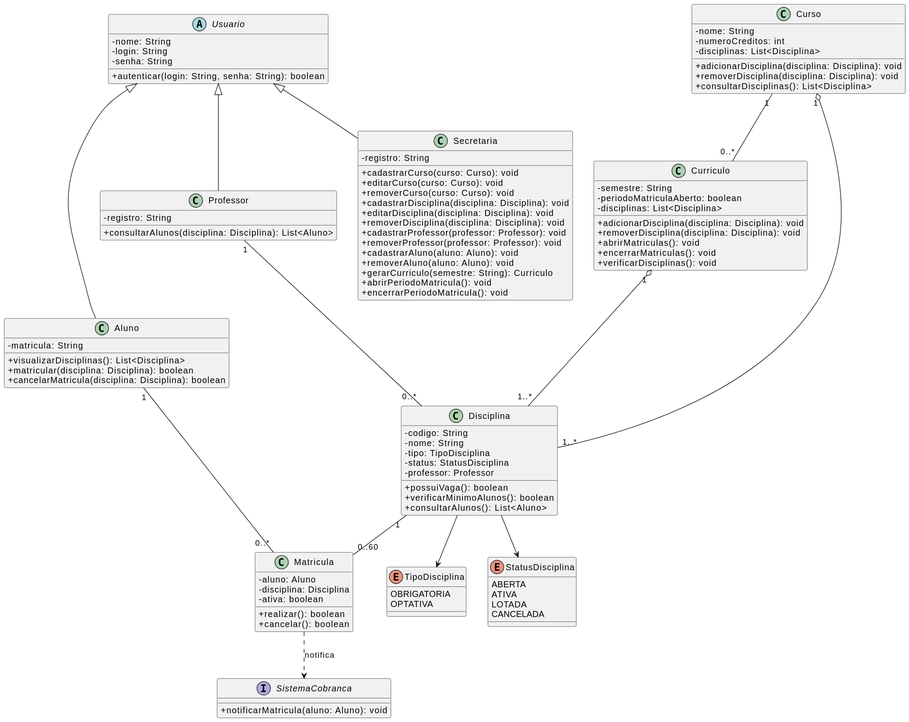
Earlier version of the PlantUML export diagrams/class_diagram.svg (felipec-lisboa/sistema-de-matricula). The source it was exported from:
```plantuml
@startuml
skinparam classAttributeIconSize 0


abstract class Usuario {
    - nome: String
    - login: String
    - senha: String
    + autenticar(login: String, senha: String): boolean
}

class Aluno {
    - matricula: String
    + visualizarDisciplinas(): List<Disciplina>
    + matricular(disciplina: Disciplina): boolean
    + cancelarMatricula(disciplina: Disciplina): boolean
}

class Professor {
    - registro: String
    + consultarAlunos(disciplina: Disciplina): List<Aluno>
}

class Secretaria {
    - registro: String
    + cadastrarCurso(curso: Curso): void
    + editarCurso(curso: Curso): void
    + removerCurso(curso: Curso): void
    + cadastrarDisciplina(disciplina: Disciplina): void
    + editarDisciplina(disciplina: Disciplina): void
    + removerDisciplina(disciplina: Disciplina): void
    + cadastrarProfessor(professor: Professor): void
    + removerProfessor(professor: Professor): void
    + cadastrarAluno(aluno: Aluno): void
    + removerAluno(aluno: Aluno): void
    + gerarCurriculo(semestre: String): Curriculo
    + abrirPeriodoMatricula(): void
    + encerrarPeriodoMatricula(): void
}

Usuario <|-- Aluno
Usuario <|-- Professor
Usuario <|-- Secretaria



class Curso {
    - nome: String
    - numeroCreditos: int
    - disciplinas: List<Disciplina>
    + adicionarDisciplina(disciplina: Disciplina): void
    + removerDisciplina(disciplina: Disciplina): void
    + consultarDisciplinas(): List<Disciplina>
}

class Curriculo {
    - semestre: String
    - periodoMatriculaAberto: boolean
    - disciplinas: List<Disciplina>
    + adicionarDisciplina(disciplina: Disciplina): void
    + removerDisciplina(disciplina: Disciplina): void
    + abrirMatriculas(): void
    + encerrarMatriculas(): void
    + verificarDisciplinas(): void
}

Curso "1" -- "0..*" Curriculo
Curriculo "1" o-- "1..*" Disciplina



class Disciplina {
    - codigo: String
    - nome: String
    - tipo: TipoDisciplina
    - status: StatusDisciplina
    - professor: Professor
    + possuiVaga(): boolean
    + verificarMinimoAlunos(): boolean
    + consultarAlunos(): List<Aluno>
}

enum TipoDisciplina {
    OBRIGATORIA
    OPTATIVA
}

enum StatusDisciplina {
    ABERTA
    ATIVA
    LOTADA
    CANCELADA
}

Curso "1" o-- "1..*" Disciplina
Professor "1" -- "0..*" Disciplina

Disciplina --> TipoDisciplina
Disciplina --> StatusDisciplina



class Matricula {
    - aluno: Aluno
    - disciplina: Disciplina
    - ativa: boolean
    + realizar(): boolean
    + cancelar(): boolean
}

Aluno "1" -- "0..*" Matricula
Disciplina "1" -- "0..60" Matricula



interface SistemaCobranca {
    + notificarMatricula(aluno: Aluno): void
}

Matricula ..> SistemaCobranca : notifica
@enduml
```
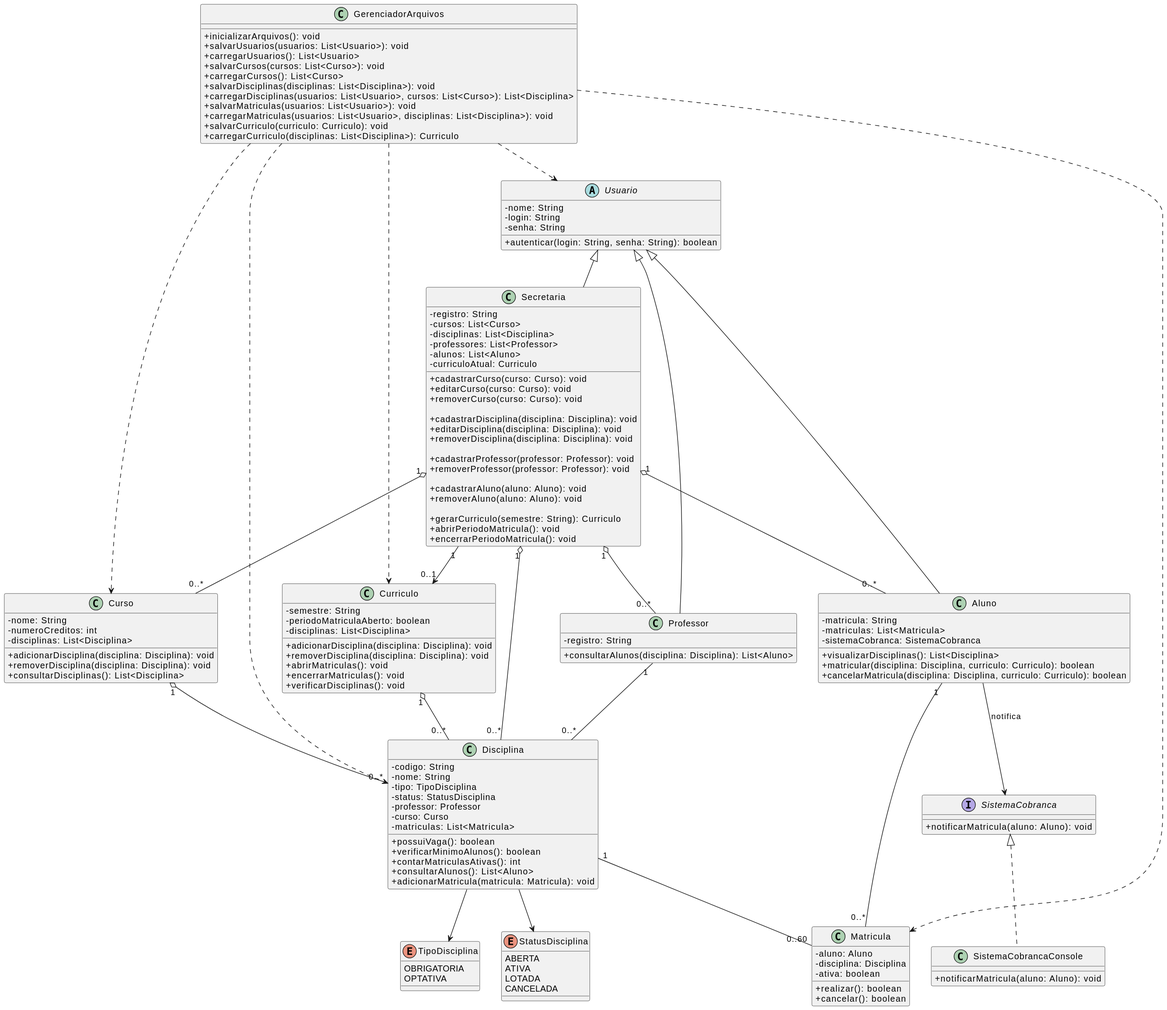
Above is the later version.

Commit message:
fix readme and class_diagram

Diff of the diagram source:
```diff
@@ -11,9 +11,11 @@
 
 class Aluno {
     - matricula: String
+    - matriculas: List<Matricula>
+    - sistemaCobranca: SistemaCobranca
     + visualizarDisciplinas(): List<Disciplina>
-    + matricular(disciplina: Disciplina): boolean
-    + cancelarMatricula(disciplina: Disciplina): boolean
+    + matricular(disciplina: Disciplina, curriculo: Curriculo): boolean
+    + cancelarMatricula(disciplina: Disciplina, curriculo: Curriculo): boolean
 }
 
 class Professor {
@@ -23,16 +25,26 @@
 
 class Secretaria {
     - registro: String
+    - cursos: List<Curso>
+    - disciplinas: List<Disciplina>
+    - professores: List<Professor>
+    - alunos: List<Aluno>
+    - curriculoAtual: Curriculo
+
     + cadastrarCurso(curso: Curso): void
     + editarCurso(curso: Curso): void
     + removerCurso(curso: Curso): void
+
     + cadastrarDisciplina(disciplina: Disciplina): void
     + editarDisciplina(disciplina: Disciplina): void
     + removerDisciplina(disciplina: Disciplina): void
+
     + cadastrarProfessor(professor: Professor): void
     + removerProfessor(professor: Professor): void
+
     + cadastrarAluno(aluno: Aluno): void
     + removerAluno(aluno: Aluno): void
+
     + gerarCurriculo(semestre: String): Curriculo
     + abrirPeriodoMatricula(): void
     + encerrarPeriodoMatricula(): void
@@ -48,24 +60,11 @@
     - nome: String
     - numeroCreditos: int
     - disciplinas: List<Disciplina>
+
     + adicionarDisciplina(disciplina: Disciplina): void
     + removerDisciplina(disciplina: Disciplina): void
     + consultarDisciplinas(): List<Disciplina>
 }
-
-class Curriculo {
-    - semestre: String
-    - periodoMatriculaAberto: boolean
-    - disciplinas: List<Disciplina>
-    + adicionarDisciplina(disciplina: Disciplina): void
-    + removerDisciplina(disciplina: Disciplina): void
-    + abrirMatriculas(): void
-    + encerrarMatriculas(): void
-    + verificarDisciplinas(): void
-}
-
-Curso "1" -- "0..*" Curriculo
-Curriculo "1" o-- "1..*" Disciplina
 
 
 
@@ -75,9 +74,14 @@
     - tipo: TipoDisciplina
     - status: StatusDisciplina
     - professor: Professor
+    - curso: Curso
+    - matriculas: List<Matricula>
+
     + possuiVaga(): boolean
     + verificarMinimoAlunos(): boolean
+    + contarMatriculasAtivas(): int
     + consultarAlunos(): List<Aluno>
+    + adicionarMatricula(matricula: Matricula): void
 }
 
 enum TipoDisciplina {
@@ -92,24 +96,30 @@
     CANCELADA
 }
 
-Curso "1" o-- "1..*" Disciplina
-Professor "1" -- "0..*" Disciplina
-
-Disciplina --> TipoDisciplina
-Disciplina --> StatusDisciplina
-
 
 
 class Matricula {
     - aluno: Aluno
     - disciplina: Disciplina
     - ativa: boolean
+
     + realizar(): boolean
     + cancelar(): boolean
 }
 
-Aluno "1" -- "0..*" Matricula
-Disciplina "1" -- "0..60" Matricula
+
+
+class Curriculo {
+    - semestre: String
+    - periodoMatriculaAberto: boolean
+    - disciplinas: List<Disciplina>
+
+    + adicionarDisciplina(disciplina: Disciplina): void
+    + removerDisciplina(disciplina: Disciplina): void
+    + abrirMatriculas(): void
+    + encerrarMatriculas(): void
+    + verificarDisciplinas(): void
+}
 
 
 
@@ -117,5 +127,53 @@
     + notificarMatricula(aluno: Aluno): void
 }
 
-Matricula ..> SistemaCobranca : notifica
+class SistemaCobrancaConsole {
+    + notificarMatricula(aluno: Aluno): void
+}
+
+SistemaCobranca <|.. SistemaCobrancaConsole
+
+
+
+class GerenciadorArquivos {
+    + inicializarArquivos(): void
+    + salvarUsuarios(usuarios: List<Usuario>): void
+    + carregarUsuarios(): List<Usuario>
+    + salvarCursos(cursos: List<Curso>): void
+    + carregarCursos(): List<Curso>
+    + salvarDisciplinas(disciplinas: List<Disciplina>): void
+    + carregarDisciplinas(usuarios: List<Usuario>, cursos: List<Curso>): List<Disciplina>
+    + salvarMatriculas(usuarios: List<Usuario>): void
+    + carregarMatriculas(usuarios: List<Usuario>, disciplinas: List<Disciplina>): void
+    + salvarCurriculo(curriculo: Curriculo): void
+    + carregarCurriculo(disciplinas: List<Disciplina>): Curriculo
+}
+
+
+
+Curso "1" o-- "0..*" Disciplina
+
+Professor "1" -- "0..*" Disciplina
+
+Aluno "1" -- "0..*" Matricula
+Disciplina "1" -- "0..60" Matricula
+
+Curriculo "1" o-- "0..*" Disciplina
+
+Aluno --> SistemaCobranca : notifica
+
+Disciplina --> TipoDisciplina
+Disciplina --> StatusDisciplina
+
+Secretaria "1" o-- "0..*" Curso
+Secretaria "1" o-- "0..*" Disciplina
+Secretaria "1" o-- "0..*" Professor
+Secretaria "1" o-- "0..*" Aluno
+Secretaria "1" --> "0..1" Curriculo
+
+GerenciadorArquivos ..> Usuario
+GerenciadorArquivos ..> Curso
+GerenciadorArquivos ..> Disciplina
+GerenciadorArquivos ..> Matricula
+GerenciadorArquivos ..> Curriculo
 @enduml
```
